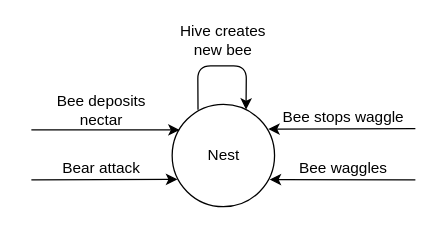
Above: Finite State Machines/Nest FSM.drawio in benwingerter/bee-simulation (draw.io), before the change. Source tidied: cells renumbered, new cells numbered last; positions are measured from the earlier drawing's top-left corner, leaving out a move shared by most shapes. Both pictures are drawn from the tidied source at 128%, with x=0, y=0 at pixel (31, 27).
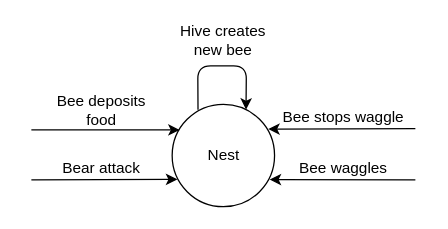
The same diagram, later.

Commit message (it also covers changes not shown here):
Use 'food' instead of 'nectar' in finite state machine files

The edit, as a diff of the source:
```diff
@@
-    <mxCell id="5" value="Bee deposits nectar" style="text;html=1;strokeColor=none;fillColor=none;align=center;verticalAlign=middle;whiteSpace=wrap;rounded=0;" parent="1" vertex="1">
+    <mxCell id="5" value="Bee deposits food" style="text;html=1;strokeColor=none;fillColor=none;align=center;verticalAlign=middle;whiteSpace=wrap;rounded=0;" parent="1" vertex="1">
       <mxGeometry x="15" y="50" width="80" height="30" as="geometry" />
     </mxCell>
```
